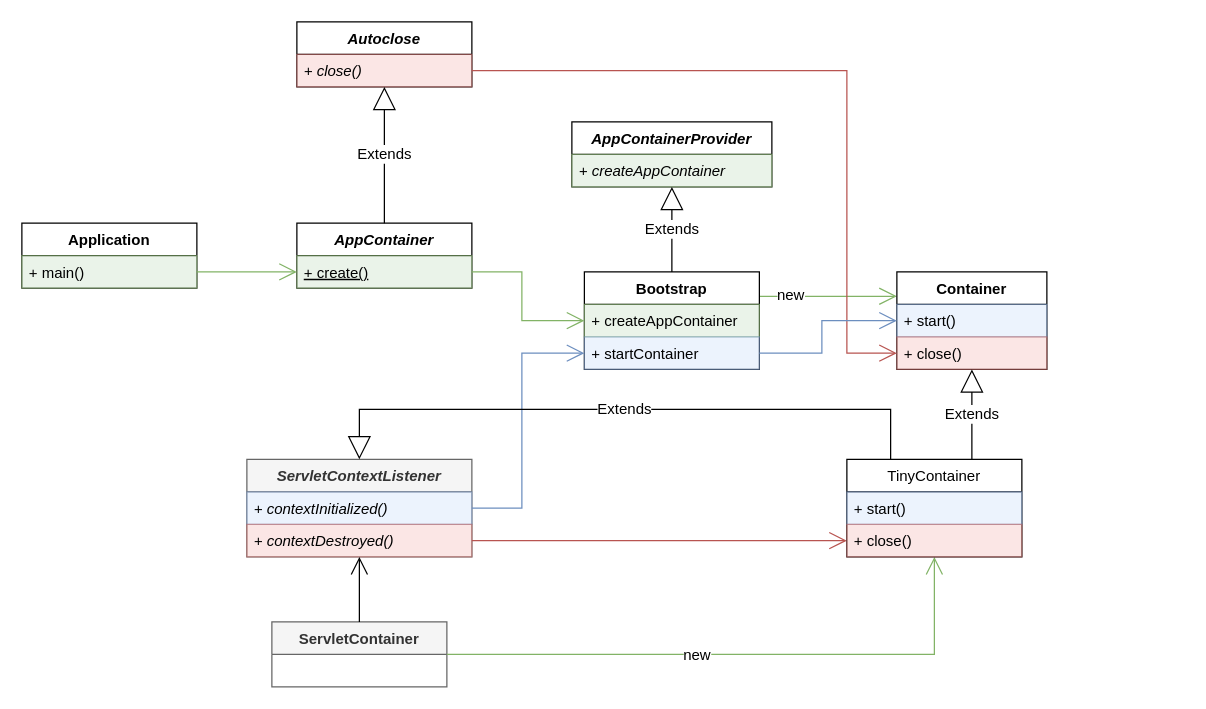
This is page "Container Life Cycle Classes" (2 of 13) of docs/core.drawio from js-lib-com/tiny-container, a draw.io file, before an edit. Source tidied: cells renumbered, new cells numbered last; positions are measured from the earlier drawing's top-left corner, leaving out a move shared by most shapes. Both pictures are drawn from the tidied source at 125%, with x=0, y=0 at pixel (21, 21).
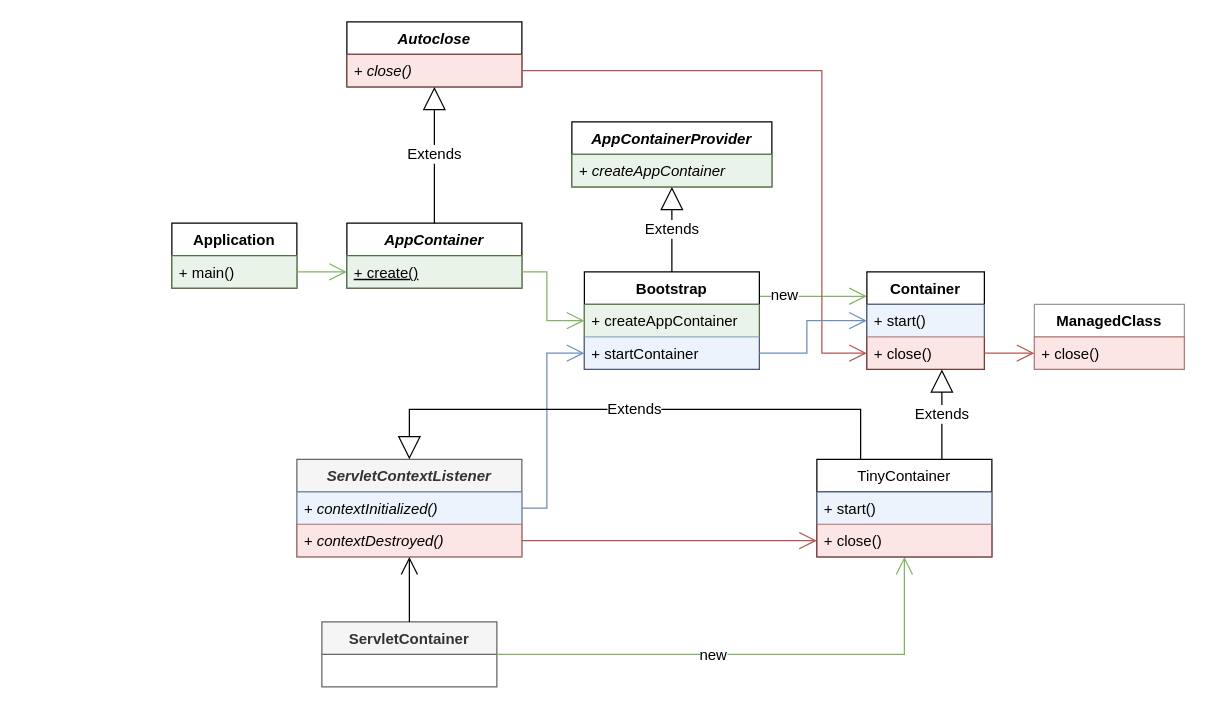
After the change.

Unchanged cells that the change refers to:
```xml
<mxCell id="28" value="+ close()" style="text;strokeColor=#b85450;fillColor=#f8cecc;align=left;verticalAlign=top;spacingLeft=4;spacingRight=4;overflow=hidden;points=[[0,0.5],[1,0.5]];portConstraint=eastwest;fontSize=12;fontStyle=2;opacity=50;" parent="27" vertex="1">
  <mxGeometry y="26" width="140" height="26" as="geometry" />
</mxCell>
```

Diff of the diagram source:
```diff
@@
     <mxCell id="2" value="ServletContextListener" style="swimlane;fontStyle=3;horizontal=1;startSize=26;fillColor=#f5f5f5;fontSize=12;fontColor=#333333;strokeColor=#666666;" parent="1" vertex="1">
-      <mxGeometry x="180" y="350" width="180" height="78" as="geometry" />
+      <mxGeometry x="220" y="350" width="180" height="78" as="geometry" />
     </mxCell>
@@
     <mxCell id="13" value="Application" style="swimlane;fontStyle=1;horizontal=1;startSize=26;fillColor=none;fontSize=12;fontColor=default;strokeColor=default;" parent="1" vertex="1">
-      <mxGeometry y="161" width="140" height="52" as="geometry" />
+      <mxGeometry x="120" y="161" width="100" height="52" as="geometry" />
     </mxCell>
     <mxCell id="14" value="+ main()" style="text;strokeColor=#82b366;fillColor=#d5e8d4;align=left;verticalAlign=top;spacingLeft=4;spacingRight=4;overflow=hidden;points=[[0,0.5],[1,0.5]];portConstraint=eastwest;fontSize=12;opacity=50;" parent="13" vertex="1">
-      <mxGeometry y="26" width="140" height="26" as="geometry" />
+      <mxGeometry y="26" width="100" height="26" as="geometry" />
     </mxCell>
     <mxCell id="15" value="AppContainer" style="swimlane;fontStyle=3;horizontal=1;startSize=26;fillColor=none;fontSize=12;fontColor=default;strokeColor=default;" parent="1" vertex="1">
-      <mxGeometry x="220" y="161" width="140" height="52" as="geometry" />
+      <mxGeometry x="260" y="161" width="140" height="52" as="geometry" />
     </mxCell>
@@
     <mxCell id="19" value="Container" style="swimlane;fontStyle=1;horizontal=1;startSize=26;fillColor=none;fontSize=12;fontColor=default;strokeColor=default;" parent="1" vertex="1">
-      <mxGeometry x="700" y="200" width="120" height="78" as="geometry" />
+      <mxGeometry x="676" y="200" width="94" height="78" as="geometry" />
     </mxCell>
     <mxCell id="20" value="+ start()" style="text;strokeColor=#6c8ebf;fillColor=#dae8fc;align=left;verticalAlign=top;spacingLeft=4;spacingRight=4;overflow=hidden;points=[[0,0.5],[1,0.5]];portConstraint=eastwest;fontSize=12;opacity=50;" parent="19" vertex="1">
-      <mxGeometry y="26" width="120" height="26" as="geometry" />
+      <mxGeometry y="26" width="94" height="26" as="geometry" />
     </mxCell>
     <mxCell id="21" value="+ close()" style="text;strokeColor=#b85450;fillColor=#f8cecc;align=left;verticalAlign=top;spacingLeft=4;spacingRight=4;overflow=hidden;points=[[0,0.5],[1,0.5]];portConstraint=eastwest;fontSize=12;opacity=50;" parent="19" vertex="1">
-      <mxGeometry y="52" width="120" height="26" as="geometry" />
+      <mxGeometry y="52" width="94" height="26" as="geometry" />
     </mxCell>
@@
     <mxCell id="23" value="ServletContainer" style="swimlane;fontStyle=1;horizontal=1;startSize=26;fillColor=#f5f5f5;fontSize=12;fontColor=#333333;strokeColor=#666666;" parent="1" vertex="1">
-      <mxGeometry x="200" y="480" width="140" height="52" as="geometry" />
+      <mxGeometry x="240" y="480" width="140" height="52" as="geometry" />
     </mxCell>
@@
     <mxCell id="27" value="Autoclose" style="swimlane;fontStyle=3;horizontal=1;startSize=26;fillColor=none;fontSize=12;fontColor=default;strokeColor=default;align=center;" parent="1" vertex="1">
-      <mxGeometry x="220" width="140" height="52" as="geometry" />
+      <mxGeometry x="260" width="140" height="52" as="geometry" />
     </mxCell>
@@
     <mxCell id="31" value="TinyContainer" style="swimlane;fontStyle=0;horizontal=1;startSize=26;fillColor=none;fontSize=12;fontColor=default;strokeColor=default;align=center;" parent="1" vertex="1">
-      <mxGeometry x="660" y="350" width="140" height="78" as="geometry" />
+      <mxGeometry x="636" y="350" width="140" height="78" as="geometry" />
     </mxCell>
@@
     <mxCell id="34" value="Extends" style="endArrow=block;endSize=16;endFill=0;html=1;rounded=0;fontSize=12;fontColor=default;strokeColor=default;edgeStyle=orthogonalEdgeStyle;" parent="1" edge="1" source="31" target="19">
       <mxGeometry relative="1" as="geometry">
         <Array as="points">
-          <mxPoint x="760" y="330" />
-          <mxPoint x="760" y="330" />
+          <mxPoint x="736" y="330" />
+          <mxPoint x="736" y="330" />
         </Array>
       </mxGeometry>
     </mxCell>
     <mxCell id="35" style="edgeStyle=orthogonalEdgeStyle;rounded=0;jettySize=auto;html=1;entryX=0;entryY=0.5;entryDx=0;entryDy=0;fontSize=12;fontColor=default;startArrow=none;startFill=0;endArrow=open;endFill=0;startSize=12;endSize=12;strokeColor=#b85450;fillColor=#f8cecc;" parent="1" edge="1" source="28" target="21">
       <mxGeometry relative="1" as="geometry">
         <Array as="points">
-          <mxPoint x="660" y="39" />
-          <mxPoint x="660" y="265" />
+          <mxPoint x="640" y="39" />
+          <mxPoint x="640" y="265" />
         </Array>
       </mxGeometry>
     </mxCell>
@@
     <mxCell id="37" value="Extends" style="endArrow=block;endSize=16;endFill=0;html=1;rounded=0;fontSize=12;fontColor=default;strokeColor=default;edgeStyle=orthogonalEdgeStyle;exitX=0.25;exitY=0;exitDx=0;exitDy=0;" parent="1" edge="1" source="31" target="2">
       <mxGeometry relative="1" as="geometry">
         <Array as="points">
-          <mxPoint x="695" y="310" />
-          <mxPoint x="270" y="310" />
+          <mxPoint x="671" y="310" />
+          <mxPoint x="310" y="310" />
         </Array>
       </mxGeometry>
     </mxCell>
+    <mxCell id="38" value="ManagedClass" style="swimlane;fontStyle=1;horizontal=1;startSize=26;fillColor=none;fontSize=12;fontColor=default;strokeColor=default;opacity=40;" parent="1" vertex="1">
+      <mxGeometry x="810" y="226" width="120" height="52" as="geometry" />
+    </mxCell>
+    <mxCell id="39" value="+ close()" style="text;strokeColor=#b85450;fillColor=#f8cecc;align=left;verticalAlign=top;spacingLeft=4;spacingRight=4;overflow=hidden;points=[[0,0.5],[1,0.5]];portConstraint=eastwest;fontSize=12;opacity=50;" parent="38" vertex="1">
+      <mxGeometry y="26" width="120" height="26" as="geometry" />
+    </mxCell>
+    <mxCell id="40" style="edgeStyle=orthogonalEdgeStyle;rounded=0;jettySize=auto;html=1;entryX=0;entryY=0.5;entryDx=0;entryDy=0;fontSize=12;fontColor=default;startArrow=none;startFill=0;endArrow=open;endFill=0;startSize=12;endSize=12;strokeColor=#b85450;fillColor=#f8cecc;exitX=1;exitY=0.5;exitDx=0;exitDy=0;" parent="1" edge="1" source="21" target="39">
+      <mxGeometry relative="1" as="geometry" />
+    </mxCell>
```
